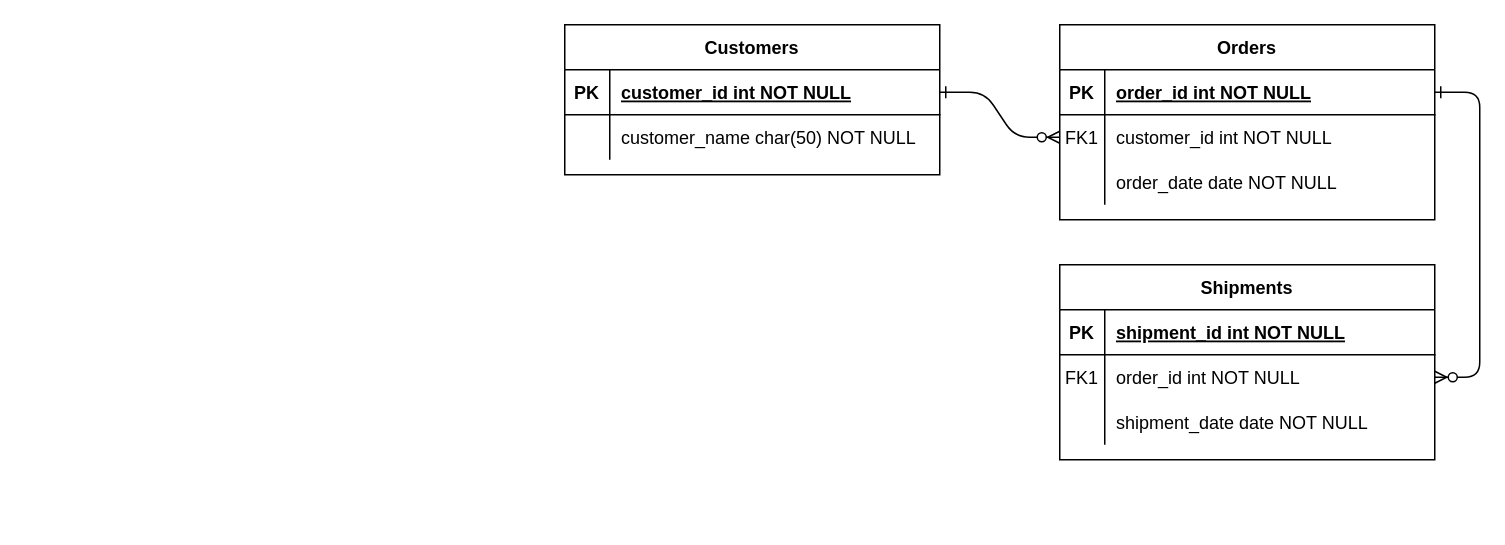
Earlier version of the draw.io diagram Modelo Entidad-Relación.drawio (mnivia/Administracion-unidades-cerradas). Source tidied: cells renumbered, new cells numbered last; positions are measured from the earlier drawing's top-left corner, leaving out a move shared by most shapes. Both pictures are drawn from the tidied source at 150%, with x=0, y=0 at pixel (564, 24).
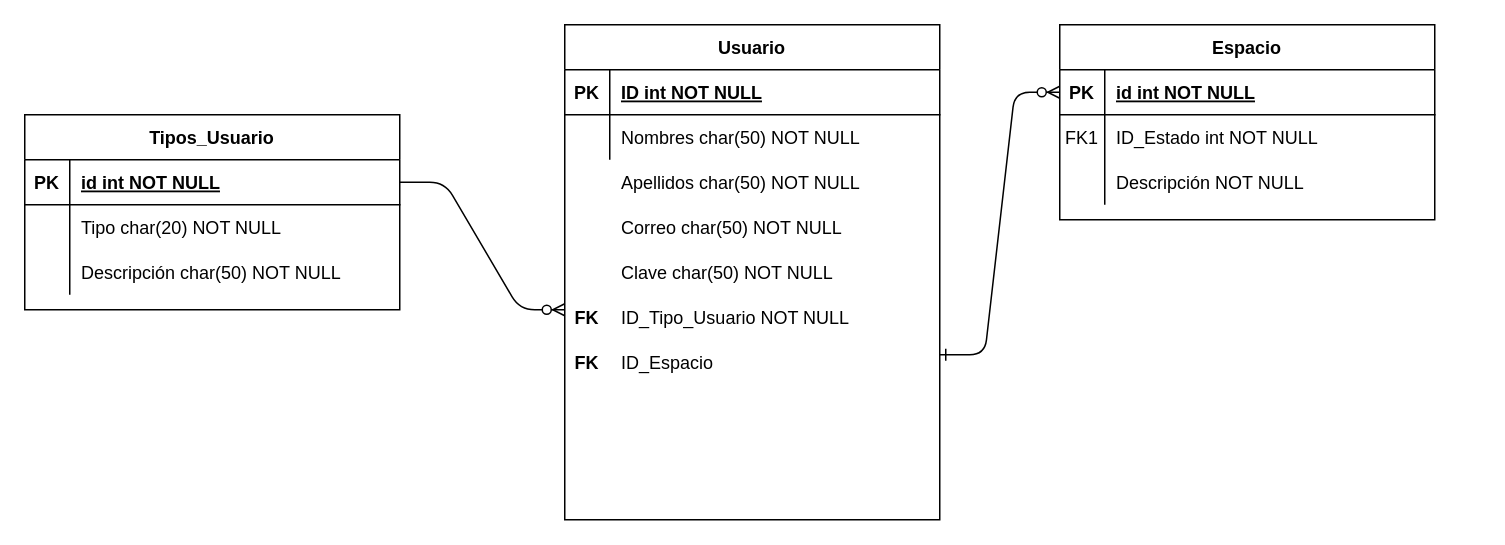
The same diagram, later.

The change refers to these unchanged cells:
```xml
<mxCell id="5" style="shape=partialRectangle;fillColor=none;points=[[0,0.5],[1,0.5]];portConstraint=eastwest;top=0;left=0;right=0;bottom=1;" parent="4" vertex="1">
  <mxGeometry y="30" width="250" height="30" as="geometry" />
</mxCell>
<mxCell id="8" style="shape=partialRectangle;fillColor=none;points=[[0,0.5],[1,0.5]];portConstraint=eastwest;top=0;left=0;right=0;bottom=0;" parent="4" vertex="1">
  <mxGeometry y="60" width="250" height="30" as="geometry" />
</mxCell>
<mxCell id="11" style="shape=partialRectangle;fillColor=none;top=0;left=0;right=0;bottom=0;" parent="4" vertex="1">
  <mxGeometry y="90" width="250" height="30" as="geometry" />
</mxCell>
<mxCell id="15" style="shape=partialRectangle;fillColor=none;points=[[0,0.5],[1,0.5]];portConstraint=eastwest;top=0;left=0;right=0;bottom=1;" parent="14" vertex="1">
  <mxGeometry y="30" width="250" height="30" as="geometry" />
</mxCell>
<mxCell id="18" style="shape=partialRectangle;fillColor=none;points=[[0,0.5],[1,0.5]];portConstraint=eastwest;top=0;left=0;right=0;bottom=0;" parent="14" vertex="1">
  <mxGeometry y="60" width="250" height="30" as="geometry" />
</mxCell>
<mxCell id="21" style="shape=partialRectangle;fillColor=none;top=0;left=0;right=0;bottom=0;" parent="14" vertex="1">
  <mxGeometry y="90" width="250" height="30" as="geometry" />
</mxCell>
<mxCell id="25" style="shape=partialRectangle;fillColor=none;points=[[0,0.5],[1,0.5]];portConstraint=eastwest;top=0;left=0;right=0;bottom=1;" parent="24" vertex="1">
  <mxGeometry y="30" width="250" height="30" as="geometry" />
</mxCell>
<mxCell id="28" style="shape=partialRectangle;fillColor=none;top=0;left=0;right=0;bottom=0;" parent="24" vertex="1">
  <mxGeometry y="60" width="250" height="30" as="geometry" />
</mxCell>
```

Change to the diagram source:
```diff
@@
-    <mxCell id="2" style="edgeStyle=entityRelationEdgeStyle;endArrow=ERzeroToMany;startArrow=ERone;endFill=1;startFill=0;" parent="1" edge="1" source="25" target="8">
-      <mxGeometry relative="1" as="geometry" />
+    <mxCell id="2" style="edgeStyle=entityRelationEdgeStyle;endArrow=ERzeroToMany;startArrow=ERone;endFill=1;startFill=0;entryX=0;entryY=0.5;entryDx=0;entryDy=0;" parent="1" edge="1" target="5">
+      <mxGeometry relative="1" as="geometry">
+        <mxPoint x="250" y="220" as="sourcePoint" />
+      </mxGeometry>
     </mxCell>
-    <mxCell id="3" style="edgeStyle=entityRelationEdgeStyle;endArrow=ERzeroToMany;startArrow=ERone;endFill=1;startFill=0;" parent="1" edge="1" source="5" target="18">
-      <mxGeometry relative="1" as="geometry" />
-    </mxCell>
-    <mxCell id="4" value="Orders" style="shape=table;startSize=30;childLayout=tableLayout;rowLines=0;fontStyle=1;align=center;" parent="1" vertex="1">
+    <mxCell id="4" value="Espacio" style="shape=table;startSize=30;childLayout=tableLayout;rowLines=0;fontStyle=1;align=center;" parent="1" vertex="1">
       <mxGeometry x="330" width="250" height="130" as="geometry" />
     </mxCell>
@@
-    <mxCell id="7" value="order_id int NOT NULL " style="shape=partialRectangle;overflow=hidden;fillColor=none;top=0;left=0;bottom=0;right=0;align=left;spacingLeft=6;fontStyle=5;" parent="5" vertex="1">
+    <mxCell id="7" value="id int NOT NULL " style="shape=partialRectangle;overflow=hidden;fillColor=none;top=0;left=0;bottom=0;right=0;align=left;spacingLeft=6;fontStyle=5;" parent="5" vertex="1">
       <mxGeometry x="30" width="220" height="30" as="geometry" />
     </mxCell>
@@
-    <mxCell id="10" value="customer_id int NOT NULL" style="shape=partialRectangle;overflow=hidden;fillColor=none;top=0;left=0;bottom=0;right=0;align=left;spacingLeft=6;" parent="8" vertex="1">
+    <mxCell id="10" value="ID_Estado int NOT NULL" style="shape=partialRectangle;overflow=hidden;fillColor=none;top=0;left=0;bottom=0;right=0;align=left;spacingLeft=6;" parent="8" vertex="1">
       <mxGeometry x="30" width="220" height="30" as="geometry" />
     </mxCell>
@@
-    <mxCell id="13" value="order_date date NOT NULL" style="shape=partialRectangle;overflow=hidden;fillColor=none;top=0;left=0;bottom=0;right=0;align=left;spacingLeft=6;" parent="11" vertex="1">
+    <mxCell id="13" value="Descripción NOT NULL" style="shape=partialRectangle;overflow=hidden;fillColor=none;top=0;left=0;bottom=0;right=0;align=left;spacingLeft=6;" parent="11" vertex="1">
       <mxGeometry x="30" width="220" height="30" as="geometry" />
     </mxCell>
-    <mxCell id="14" value="Shipments" style="shape=table;startSize=30;childLayout=tableLayout;rowLines=0;fontStyle=1;align=center;" parent="1" vertex="1">
-      <mxGeometry x="330" y="160" width="250" height="130" as="geometry" />
+    <mxCell id="14" value="Tipos_Usuario" style="shape=table;startSize=30;childLayout=tableLayout;rowLines=0;fontStyle=1;align=center;" parent="1" vertex="1">
+      <mxGeometry x="-360" y="60" width="250" height="130" as="geometry" />
     </mxCell>
@@
-    <mxCell id="17" value="shipment_id int NOT NULL " style="shape=partialRectangle;overflow=hidden;fillColor=none;top=0;left=0;bottom=0;right=0;align=left;spacingLeft=6;fontStyle=5;" parent="15" vertex="1">
+    <mxCell id="17" value="id int NOT NULL " style="shape=partialRectangle;overflow=hidden;fillColor=none;top=0;left=0;bottom=0;right=0;align=left;spacingLeft=6;fontStyle=5;" parent="15" vertex="1">
       <mxGeometry x="30" width="220" height="30" as="geometry" />
     </mxCell>
@@
-    <mxCell id="19" value="FK1" style="shape=partialRectangle;overflow=hidden;fillColor=none;top=0;left=0;bottom=0;right=0;" parent="18" vertex="1">
+    <mxCell id="19" style="shape=partialRectangle;overflow=hidden;fillColor=none;top=0;left=0;bottom=0;right=0;" parent="18" vertex="1">
       <mxGeometry width="30" height="30" as="geometry" />
     </mxCell>
-    <mxCell id="20" value="order_id int NOT NULL" style="shape=partialRectangle;overflow=hidden;fillColor=none;top=0;left=0;bottom=0;right=0;align=left;spacingLeft=6;" parent="18" vertex="1">
+    <mxCell id="20" value="Tipo char(20) NOT NULL" style="shape=partialRectangle;overflow=hidden;fillColor=none;top=0;left=0;bottom=0;right=0;align=left;spacingLeft=6;" parent="18" vertex="1">
       <mxGeometry x="30" width="220" height="30" as="geometry" />
     </mxCell>
@@
-    <mxCell id="23" value="shipment_date date NOT NULL" style="shape=partialRectangle;overflow=hidden;fillColor=none;top=0;left=0;bottom=0;right=0;align=left;spacingLeft=6;" parent="21" vertex="1">
+    <mxCell id="23" value="Descripción char(50) NOT NULL" style="shape=partialRectangle;overflow=hidden;fillColor=none;top=0;left=0;bottom=0;right=0;align=left;spacingLeft=6;" parent="21" vertex="1">
       <mxGeometry x="30" width="220" height="30" as="geometry" />
     </mxCell>
-    <mxCell id="24" value="Customers" style="shape=table;startSize=30;childLayout=tableLayout;rowLines=0;fontStyle=1;align=center;" parent="1" vertex="1">
-      <mxGeometry width="250" height="100" as="geometry" />
+    <mxCell id="24" value="Usuario" style="shape=table;startSize=30;childLayout=tableLayout;rowLines=0;fontStyle=1;align=center;" parent="1" vertex="1">
+      <mxGeometry width="250" height="330" as="geometry" />
     </mxCell>
@@
-    <mxCell id="27" value="customer_id int NOT NULL " style="shape=partialRectangle;overflow=hidden;fillColor=none;top=0;left=0;bottom=0;right=0;align=left;spacingLeft=6;fontStyle=5;" parent="25" vertex="1">
+    <mxCell id="27" value="ID int NOT NULL " style="shape=partialRectangle;overflow=hidden;fillColor=none;top=0;left=0;bottom=0;right=0;align=left;spacingLeft=6;fontStyle=5;" parent="25" vertex="1">
       <mxGeometry x="30" width="220" height="30" as="geometry" />
     </mxCell>
@@
-    <mxCell id="30" value="customer_name char(50) NOT NULL" style="shape=partialRectangle;overflow=hidden;fillColor=none;top=0;left=0;bottom=0;right=0;align=left;spacingLeft=6;" parent="28" vertex="1">
+    <mxCell id="30" value="Nombres char(50) NOT NULL" style="shape=partialRectangle;overflow=hidden;fillColor=none;top=0;left=0;bottom=0;right=0;align=left;spacingLeft=6;" parent="28" vertex="1">
       <mxGeometry x="30" width="220" height="30" as="geometry" />
     </mxCell>
+    <mxCell id="31" value="Apellidos char(50) NOT NULL" style="shape=partialRectangle;overflow=hidden;fillColor=none;top=0;left=0;bottom=0;right=0;align=left;spacingLeft=6;" parent="1" vertex="1">
+      <mxGeometry x="30" y="90" width="220" height="30" as="geometry" />
+    </mxCell>
+    <mxCell id="32" value="Correo char(50) NOT NULL" style="shape=partialRectangle;overflow=hidden;fillColor=none;top=0;left=0;bottom=0;right=0;align=left;spacingLeft=6;" parent="1" vertex="1">
+      <mxGeometry x="30" y="120" width="220" height="30" as="geometry" />
+    </mxCell>
+    <mxCell id="33" value="Clave char(50) NOT NULL" style="shape=partialRectangle;overflow=hidden;fillColor=none;top=0;left=0;bottom=0;right=0;align=left;spacingLeft=6;" parent="1" vertex="1">
+      <mxGeometry x="30" y="150" width="220" height="30" as="geometry" />
+    </mxCell>
+    <mxCell id="34" value="ID_Tipo_Usuario NOT NULL" style="shape=partialRectangle;overflow=hidden;fillColor=none;top=0;left=0;bottom=0;right=0;align=left;spacingLeft=6;" parent="1" vertex="1">
+      <mxGeometry x="30" y="180" width="220" height="30" as="geometry" />
+    </mxCell>
+    <mxCell id="35" value="FK" style="shape=partialRectangle;overflow=hidden;fillColor=none;top=0;left=0;bottom=0;right=0;fontStyle=1;" parent="1" vertex="1">
+      <mxGeometry y="180" width="30" height="30" as="geometry" />
+    </mxCell>
+    <mxCell id="36" value="ID_Espacio" style="shape=partialRectangle;overflow=hidden;fillColor=none;top=0;left=0;bottom=0;right=0;align=left;spacingLeft=6;" parent="1" vertex="1">
+      <mxGeometry x="30" y="210" width="220" height="30" as="geometry" />
+    </mxCell>
+    <mxCell id="37" value="FK" style="shape=partialRectangle;overflow=hidden;fillColor=none;top=0;left=0;bottom=0;right=0;fontStyle=1;" parent="1" vertex="1">
+      <mxGeometry y="210" width="30" height="30" as="geometry" />
+    </mxCell>
+    <mxCell id="38" style="edgeStyle=entityRelationEdgeStyle;fontSize=12;html=1;endArrow=ERzeroToMany;endFill=1;exitX=1;exitY=0.5;exitDx=0;exitDy=0;" parent="1" edge="1" source="15">
+      <mxGeometry relative="1" as="geometry">
+        <mxPoint y="190" as="targetPoint" />
+      </mxGeometry>
+    </mxCell>
```
